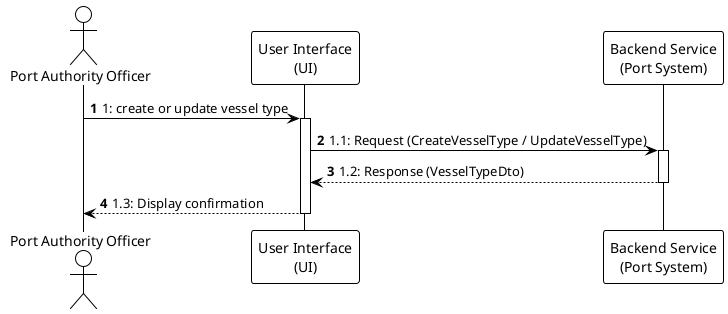
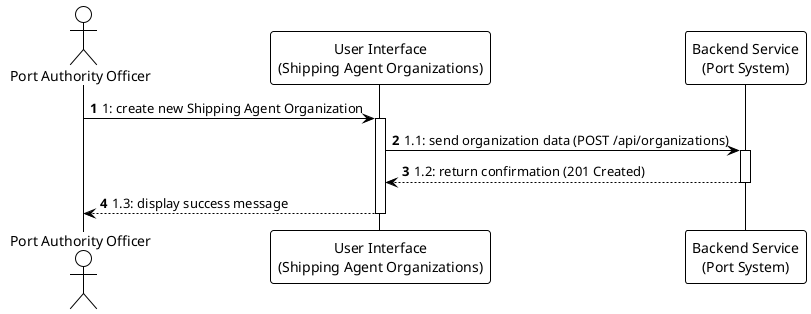
@startuml
!theme plain
autonumber

actor "Port Authority Officer" as Officer
- participant "User Interface\n(UI)" as UI
+ participant "User Interface\n(Shipping Agent Organizations)" as UI
participant "Backend Service\n(Port System)" as Backend

- Officer -> UI : 1: create or update vessel type
+ Officer -> UI : 1: create new Shipping Agent Organization
activate UI
- UI -> Backend : 1.1: Request (CreateVesselType / UpdateVesselType)
+ UI -> Backend : 1.1: send organization data (POST /api/organizations)
activate Backend
- Backend --> UI : 1.2: Response (VesselTypeDto)
+ Backend --> UI : 1.2: return confirmation (201 Created)
deactivate Backend
- UI --> Officer : 1.3: Display confirmation
+ UI --> Officer : 1.3: display success message
deactivate UI

- @enduml+ @enduml
